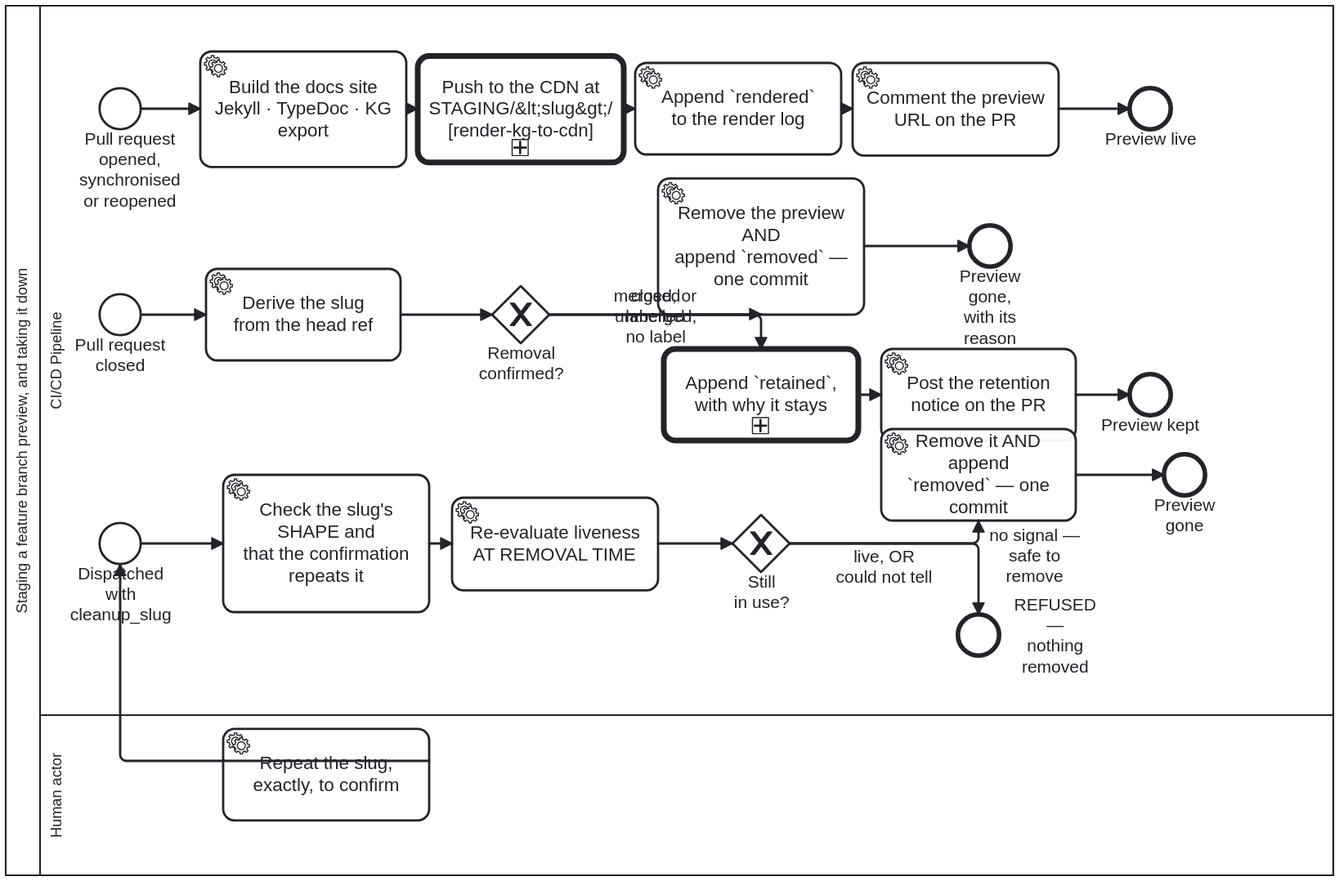
Earlier version of the BPMN export docs/assets/img/workflows/feature-staging.svg (litlfred/cat-harness). Its source is kept beside it as processes/sdlc/feature-staging.bpmn. Ids are renumbered.
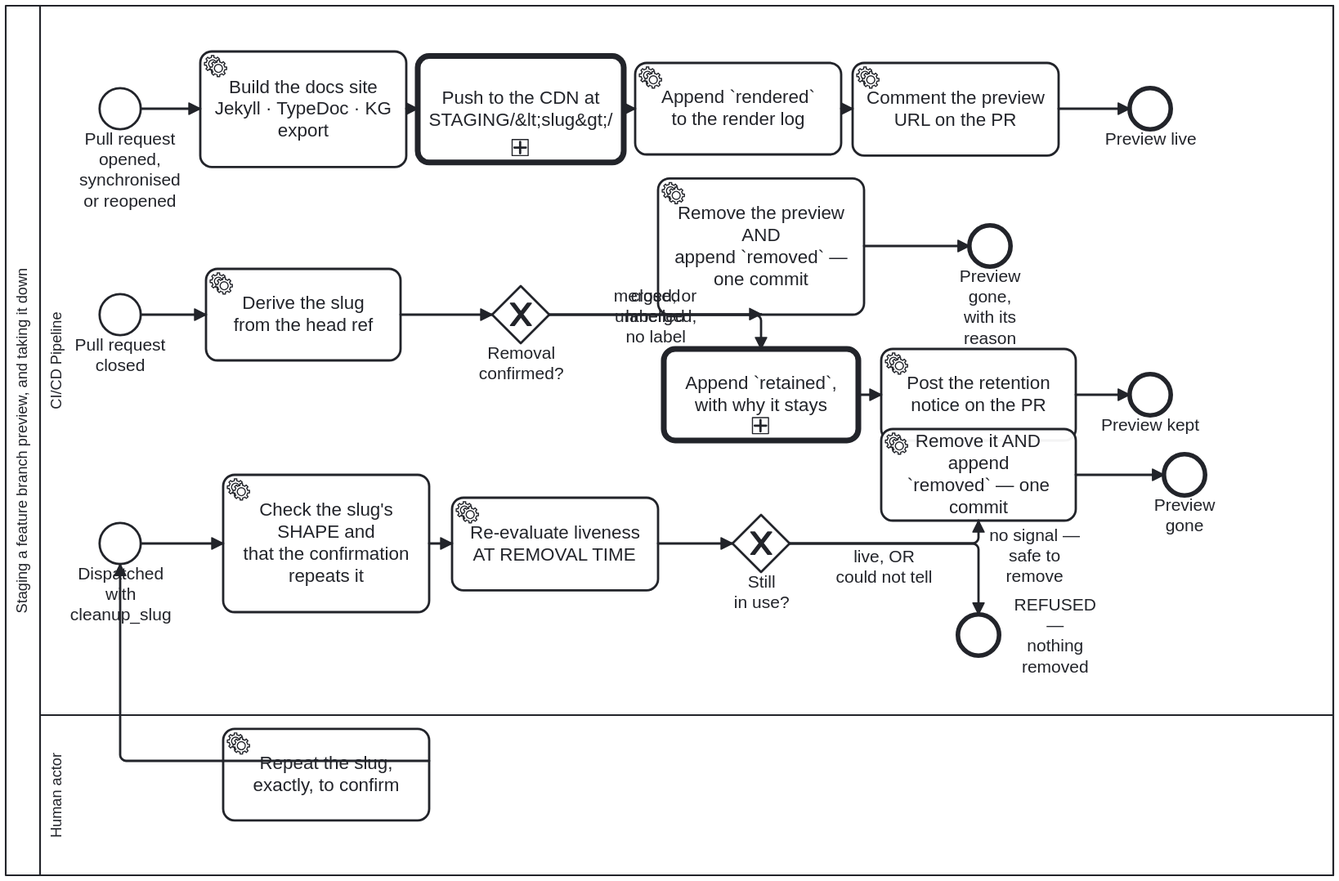
Above is the later version.

The edit, as a diff of the source:
```diff
@@ -68,7 +68,7 @@
       <bpmn:incoming>Flow_0</bpmn:incoming>
       <bpmn:outgoing>Flow_1</bpmn:outgoing>
     </bpmn:serviceTask>
-    <bpmn:callActivity id="Task_Deploy" name="Push to the CDN at&#10;STAGING/&amp;lt;slug&amp;gt;/&#10;[render-kg-to-cdn]" calledElement="Process_RenderKgToCdn">
+    <bpmn:callActivity id="Task_Deploy" name="Push to the CDN at&#10;STAGING/&amp;lt;slug&amp;gt;/" calledElement="Process_RenderKgToCdn">
       <bpmn:documentation>A PREVIEW IS THE GENERAL STEP WITH A DIFFERENT ROOT (owner, 2026-09-30: &quot;independent of staging vs publication … just rendering&quot;). Process_RenderKgToCdn, entered with the tree Task_Build rendered, `STAGING/&lt;slug&gt;/` under the site root as the publication root URL, and GitHub Pages as the target, so its `gh-pages` Tool pushes. For this target the push is `keep_files: true` with a `destination_dir`, so it adds one directory beside whatever else is on the branch; it is also RETRIED once: five other workflows push to `gh-pages` without joining this one's concurrency group, and a queue does not help because GitHub CANCELS a pending job when a newer one arrives for the same group rather than queueing it. Measured 2026-09-19: three staging runs from three different branches inside 17 seconds, two cancelled. The call returns the push's status and message; the render log and the PR comment that follow are this process's own. THE PREVIEW CAP rides in the same commit (owner ruling 2026-10-02, issue #1868: &quot;cap the maximum number of previews (&lt;= 10) and rotate old ones off&quot;, amended 2026-10-04 to a SIZE budget: &quot;Cap by size, not count&quot;, &quot;3gb&quot;): `staging-rotate.ts` keeps this preview plus the most recently updated others while their total fits MAX_PREVIEW_BYTES = 3 GB and removes the rest, oldest first, each with a `removed` render-log entry and its record retired into STAGING/_retired/. Every push attempt re-reads `gh-pages` and re-decides rather than rebasing, so a lost race never pushes a stale removal. A rotated-off preview is regenerated by the next push to its PR branch.</bpmn:documentation>
       <bpmn:extensionElements>
         <bootstrap.processes:skill ref="render-kg-to-cdn"/>
```
